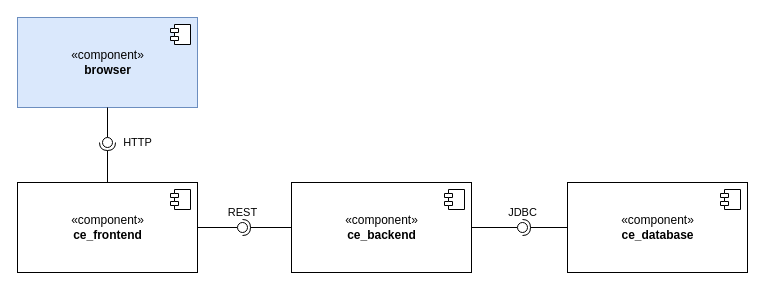
diasCr/cifraEasy keeps this draw.io diagram as diagrams/overview.drawio. Above is the earlier version. Source tidied: cells renumbered, new cells numbered last; positions are measured from the earlier drawing's top-left corner, leaving out a move shared by most shapes. Both pictures are drawn from the tidied source at 100%, with x=0, y=0 at pixel (17, 17).
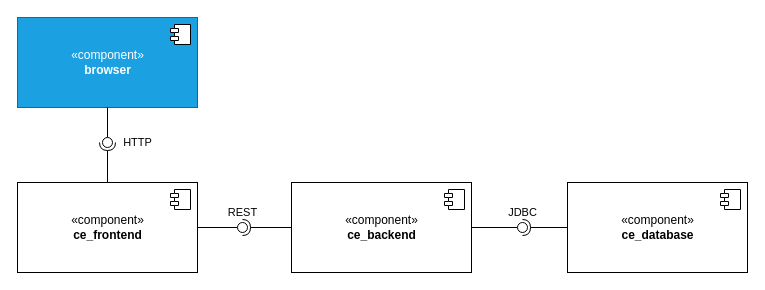
Above is the later version.

Commit message:
fixed color overview diagram

The edit, as a diff of the source:
```diff
@@
-    <mxCell id="14" value="«component»&lt;br&gt;&lt;b&gt;browser&lt;/b&gt;" style="html=1;fillColor=#dae8fc;strokeColor=#6c8ebf;" parent="1" vertex="1">
+    <mxCell id="14" value="«component»&lt;br&gt;&lt;b&gt;browser&lt;/b&gt;" style="html=1;fillColor=#1ba1e2;strokeColor=#006EAF;fontColor=#ffffff;" parent="1" vertex="1">
       <mxGeometry width="180" height="90" as="geometry" />
     </mxCell>
```
